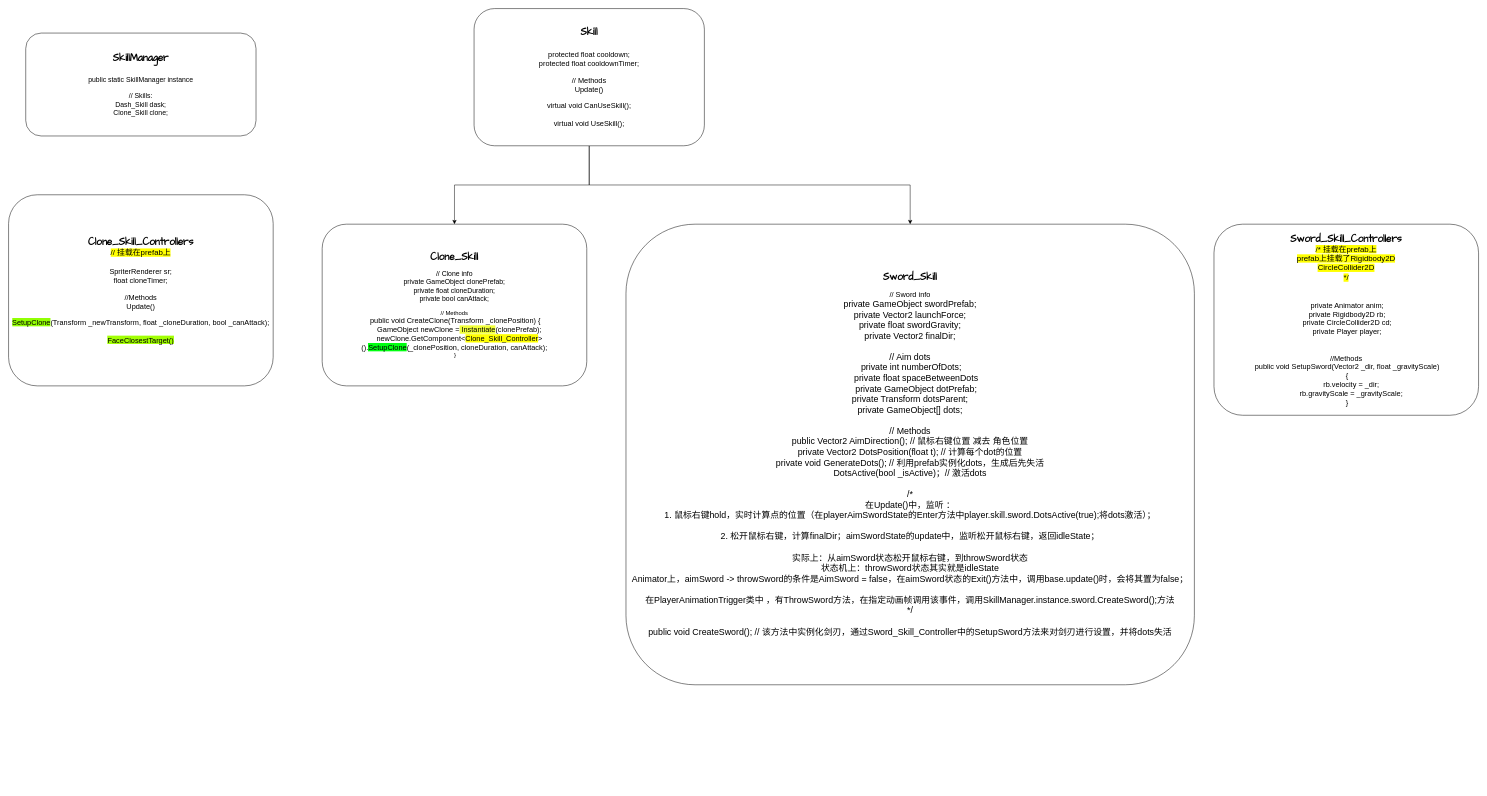
The draw.io diagram all/SkillSystem.drawio in Jormungandr5/iodraw-files, before the edit. Source tidied: cells renumbered, new cells numbered last; positions are measured from the earlier drawing's top-left corner, leaving out a move shared by most shapes. Both pictures are drawn from the tidied source at 49%, with x=0, y=0 at pixel (8, 8).
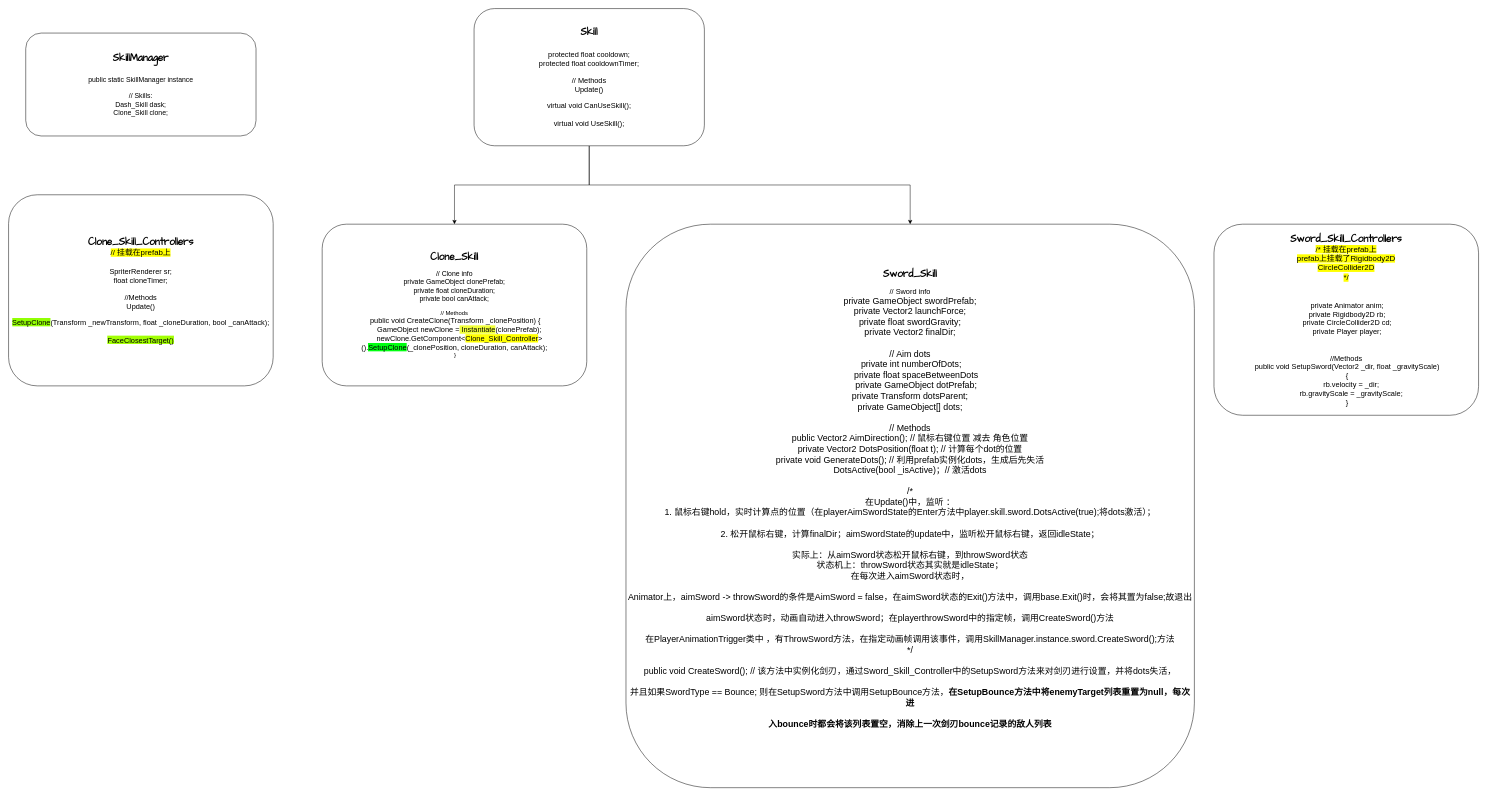
The same page after the edit.

Diff of the diagram source:
```diff
@@
 <mxGraphModel>
   <root>
     <mxCell id="0" />
     <mxCell id="1" parent="0" />
     <mxCell id="2" value="&lt;b&gt;&lt;font face=&quot;Comic Sans MS&quot; style=&quot;font-size: 20px;&quot;&gt;SkillManager&lt;/font&gt;&lt;/b&gt;&lt;div&gt;&lt;font face=&quot;Comic Sans MS&quot;&gt;&lt;span style=&quot;font-size: 20px;&quot;&gt;&lt;b&gt;&lt;br&gt;&lt;/b&gt;&lt;/span&gt;&lt;/font&gt;&lt;div&gt;&lt;font style=&quot;font-size: 14px;&quot;&gt;public static SkillManager instance&lt;/font&gt;&lt;/div&gt;&lt;div&gt;&lt;font style=&quot;font-size: 14px;&quot;&gt;&lt;br&gt;&lt;/font&gt;&lt;/div&gt;&lt;div&gt;&lt;font style=&quot;font-size: 14px;&quot;&gt;// Skills:&lt;/font&gt;&lt;/div&gt;&lt;div&gt;&lt;font style=&quot;font-size: 14px;&quot;&gt;Dash_Skill dask;&lt;/font&gt;&lt;/div&gt;&lt;div&gt;&lt;font style=&quot;font-size: 14px;&quot;&gt;Clone_Skill clone;&lt;/font&gt;&lt;/div&gt;&lt;/div&gt;" style="rounded=1;whiteSpace=wrap;html=1;" parent="1" vertex="1">
       <mxGeometry x="35" y="50" width="470" height="210" as="geometry" />
     </mxCell>
     <mxCell id="3" style="edgeStyle=orthogonalEdgeStyle;rounded=0;jettySize=auto;html=1;" parent="1" edge="1" source="5" target="6">
       <mxGeometry relative="1" as="geometry" />
     </mxCell>
     <mxCell id="4" style="edgeStyle=orthogonalEdgeStyle;rounded=0;jettySize=auto;html=1;" parent="1" edge="1" source="5" target="8">
       <mxGeometry relative="1" as="geometry" />
     </mxCell>
     <mxCell id="5" value="&lt;font face=&quot;Comic Sans MS&quot;&gt;&lt;span style=&quot;font-size: 20px;&quot;&gt;&lt;b&gt;Skill&lt;/b&gt;&lt;/span&gt;&lt;/font&gt;&lt;div&gt;&lt;font face=&quot;Comic Sans MS&quot;&gt;&lt;span style=&quot;font-size: 20px;&quot;&gt;&lt;b&gt;&lt;br&gt;&lt;/b&gt;&lt;/span&gt;&lt;/font&gt;&lt;div&gt;&lt;font style=&quot;font-size: 15px;&quot;&gt;protected float cooldown;&lt;/font&gt;&lt;/div&gt;&lt;div&gt;&lt;font style=&quot;font-size: 15px;&quot;&gt;protected float cooldownTimer;&lt;/font&gt;&lt;/div&gt;&lt;div&gt;&lt;font style=&quot;font-size: 15px;&quot;&gt;&lt;br&gt;&lt;/font&gt;&lt;/div&gt;&lt;div&gt;&lt;span style=&quot;font-size: 15px;&quot;&gt;// Methods&lt;/span&gt;&lt;/div&gt;&lt;div&gt;&lt;span style=&quot;font-size: 15px;&quot;&gt;Update()&lt;/span&gt;&lt;/div&gt;&lt;div&gt;&lt;br&gt;&lt;/div&gt;&lt;div&gt;&lt;font style=&quot;font-size: 15px;&quot;&gt;virtual void CanUseSkill();&lt;/font&gt;&lt;/div&gt;&lt;div&gt;&lt;span style=&quot;font-size: 15px;&quot;&gt;&lt;br&gt;&lt;/span&gt;&lt;/div&gt;&lt;div&gt;&lt;span style=&quot;font-size: 15px;&quot;&gt;virtual void UseSkill();&lt;/span&gt;&lt;/div&gt;&lt;/div&gt;" style="rounded=1;whiteSpace=wrap;html=1;" parent="1" vertex="1">
       <mxGeometry x="950" width="470" height="280" as="geometry" />
     </mxCell>
     <mxCell id="6" value="&lt;font face=&quot;Comic Sans MS&quot; style=&quot;font-size: 20px;&quot;&gt;&lt;b&gt;Clone_Skill&lt;/b&gt;&lt;/font&gt;&lt;div&gt;&lt;br&gt;&lt;/div&gt;&lt;div&gt;&lt;font style=&quot;font-size: 14px;&quot;&gt;// Clone info&lt;/font&gt;&lt;/div&gt;&lt;div&gt;&lt;font style=&quot;font-size: 14px;&quot;&gt;private GameObject clonePrefab;&lt;/font&gt;&lt;/div&gt;&lt;div&gt;&lt;font style=&quot;font-size: 14px;&quot;&gt;private float cloneDuration;&lt;/font&gt;&lt;/div&gt;&lt;div&gt;&lt;font style=&quot;font-size: 14px;&quot;&gt;private bool canAttack;&lt;/font&gt;&lt;/div&gt;&lt;div&gt;&lt;br&gt;&lt;/div&gt;&lt;div&gt;// Methods&lt;/div&gt;&lt;div&gt;&lt;div&gt;&lt;font style=&quot;font-size: 15px;&quot;&gt;&amp;nbsp;public void CreateClone(Transform _clonePosition)&lt;span style=&quot;background-color: transparent; color: light-dark(rgb(0, 0, 0), rgb(255, 255, 255));&quot;&gt;&amp;nbsp;{&lt;/span&gt;&lt;/font&gt;&lt;/div&gt;&lt;div&gt;&lt;font style=&quot;font-size: 15px;&quot;&gt;&amp;nbsp; &amp;nbsp; &amp;nbsp;GameObject newClone =&lt;span style=&quot;background-color: rgb(241, 255, 57);&quot;&gt; Instantiate&lt;/span&gt;(clonePrefab);&lt;/font&gt;&lt;/div&gt;&lt;div&gt;&lt;font style=&quot;font-size: 15px;&quot;&gt;&amp;nbsp; &amp;nbsp; &amp;nbsp;newClone.GetComponent&amp;lt;&lt;span style=&quot;background-color: rgb(255, 255, 0);&quot;&gt;Clone_Skill_Controller&lt;/span&gt;&amp;gt;().&lt;span style=&quot;background-color: rgb(1, 255, 18);&quot;&gt;SetupClone&lt;/span&gt;(_clonePosition, cloneDuration, canAttack);&lt;/font&gt;&lt;/div&gt;&lt;div&gt;&amp;nbsp;}&lt;/div&gt;&lt;/div&gt;" style="whiteSpace=wrap;html=1;rounded=1;" parent="1" vertex="1">
       <mxGeometry x="640" y="440" width="540" height="330" as="geometry" />
     </mxCell>
     <mxCell id="7" value="&lt;font face=&quot;Comic Sans MS&quot; style=&quot;font-size: 20px;&quot;&gt;&lt;b&gt;Clone_Skill_Controllers&lt;/b&gt;&lt;/font&gt;&lt;div&gt;&lt;font style=&quot;font-size: 16px; background-color: light-dark(rgb(255, 255, 0), rgb(237, 237, 237));&quot;&gt;// 挂载在prefab上&lt;br&gt;&lt;/font&gt;&lt;/div&gt;&lt;div&gt;&lt;font style=&quot;font-size: 16px; background-color: light-dark(rgb(255, 255, 0), rgb(237, 237, 237));&quot;&gt;&lt;br&gt;&lt;/font&gt;&lt;/div&gt;&lt;div&gt;&lt;span style=&quot;background-color: transparent; color: light-dark(rgb(0, 0, 0), rgb(255, 255, 255));&quot;&gt;&lt;font style=&quot;font-size: 15px;&quot;&gt;SpriterRenderer sr;&lt;/font&gt;&lt;/span&gt;&lt;/div&gt;&lt;div&gt;&lt;span style=&quot;background-color: transparent; color: light-dark(rgb(0, 0, 0), rgb(255, 255, 255));&quot;&gt;&lt;font style=&quot;font-size: 15px;&quot;&gt;float cloneTimer;&lt;/font&gt;&lt;/span&gt;&lt;/div&gt;&lt;div&gt;&lt;span style=&quot;background-color: transparent; color: light-dark(rgb(0, 0, 0), rgb(255, 255, 255));&quot;&gt;&lt;font style=&quot;font-size: 15px;&quot;&gt;&lt;br&gt;&lt;/font&gt;&lt;/span&gt;&lt;/div&gt;&lt;div&gt;&lt;span style=&quot;background-color: transparent; color: light-dark(rgb(0, 0, 0), rgb(255, 255, 255));&quot;&gt;&lt;font style=&quot;font-size: 15px;&quot;&gt;//Methods&lt;/font&gt;&lt;/span&gt;&lt;/div&gt;&lt;div&gt;&lt;span style=&quot;background-color: transparent; color: light-dark(rgb(0, 0, 0), rgb(255, 255, 255));&quot;&gt;&lt;font style=&quot;font-size: 15px;&quot;&gt;Update()&lt;/font&gt;&lt;/span&gt;&lt;/div&gt;&lt;div&gt;&lt;br&gt;&lt;/div&gt;&lt;div&gt;&lt;span style=&quot;color: light-dark(rgb(0, 0, 0), rgb(255, 255, 255));&quot;&gt;&lt;font style=&quot;font-size: 15px;&quot;&gt;&lt;span style=&quot;background-color: rgb(146, 255, 3);&quot;&gt;SetupClone&lt;/span&gt;(Transform _newTransform, float _cloneDuration, bool _canAttack);&lt;/font&gt;&lt;/span&gt;&lt;/div&gt;&lt;div&gt;&lt;span style=&quot;background-color: transparent; font-size: 15px;&quot;&gt;&lt;br&gt;&lt;/span&gt;&lt;/div&gt;&lt;div&gt;&lt;font style=&quot;font-size: 15px; background-color: rgb(162, 255, 3);&quot;&gt;FaceClosestTarget()&lt;/font&gt;&lt;/div&gt;" style="whiteSpace=wrap;html=1;rounded=1;" parent="1" vertex="1">
       <mxGeometry y="380" width="540" height="390" as="geometry" />
     </mxCell>
-    <mxCell id="8" value="&lt;font face=&quot;Comic Sans MS&quot; style=&quot;font-size: 20px;&quot;&gt;&lt;b&gt;Sword_Skill&lt;/b&gt;&lt;/font&gt;&lt;div&gt;&lt;br&gt;&lt;/div&gt;&lt;div&gt;&lt;font style=&quot;font-size: 15px;&quot;&gt;// Sword info&lt;/font&gt;&lt;/div&gt;&lt;div&gt;&lt;font style=&quot;font-size: 18px;&quot;&gt;private GameObject swordPrefab;&lt;/font&gt;&lt;/div&gt;&lt;div&gt;&lt;font style=&quot;font-size: 18px;&quot;&gt;private Vector2 launchForce;&lt;/font&gt;&lt;/div&gt;&lt;div&gt;&lt;font style=&quot;font-size: 18px;&quot;&gt;private float swordGravity;&lt;/font&gt;&lt;/div&gt;&lt;div&gt;&lt;font style=&quot;font-size: 18px;&quot;&gt;private Vector2 finalDir;&lt;/font&gt;&lt;/div&gt;&lt;div&gt;&lt;font style=&quot;font-size: 18px;&quot;&gt;&lt;br&gt;&lt;/font&gt;&lt;/div&gt;&lt;div&gt;&lt;font style=&quot;font-size: 18px;&quot;&gt;// Aim dots&lt;/font&gt;&lt;/div&gt;&lt;div&gt;&lt;div&gt;&lt;font style=&quot;font-size: 18px;&quot;&gt;&lt;font style=&quot;&quot;&gt;&amp;nbsp;&lt;/font&gt;&lt;span style=&quot;background-color: transparent;&quot;&gt;private int numberOfDots;&lt;/span&gt;&lt;/font&gt;&lt;/div&gt;&lt;div&gt;&lt;font style=&quot;font-size: 18px;&quot;&gt;&lt;font style=&quot;&quot;&gt;&amp;nbsp; &amp;nbsp; &amp;nbsp;&lt;/font&gt;&lt;span style=&quot;background-color: transparent;&quot;&gt;private float spaceBetweenDots&lt;/span&gt;&lt;/font&gt;&lt;/div&gt;&lt;div&gt;&lt;font style=&quot;font-size: 18px;&quot;&gt;&amp;nbsp; &amp;nbsp; &amp;nbsp;private GameObject dotPrefab;&lt;br&gt;&lt;/font&gt;&lt;/div&gt;&lt;/div&gt;&lt;div&gt;&lt;font style=&quot;font-size: 18px;&quot;&gt;private Transform dotsParent;&lt;/font&gt;&lt;/div&gt;&lt;div&gt;&lt;font style=&quot;font-size: 18px;&quot;&gt;private GameObject[] dots;&lt;/font&gt;&lt;/div&gt;&lt;div&gt;&lt;font style=&quot;font-size: 18px;&quot;&gt;&lt;br&gt;&lt;/font&gt;&lt;/div&gt;&lt;div&gt;&lt;font style=&quot;font-size: 18px;&quot;&gt;// Methods&lt;/font&gt;&lt;/div&gt;&lt;div&gt;&lt;font style=&quot;font-size: 18px;&quot;&gt;public Vector2 AimDirection(); // 鼠标右键位置 减去 角色位置&lt;/font&gt;&lt;/div&gt;&lt;div&gt;&lt;font style=&quot;font-size: 18px;&quot;&gt;private Vector2 DotsPosition(float t); // 计算每个dot的位置&lt;/font&gt;&lt;/div&gt;&lt;div&gt;&lt;font style=&quot;font-size: 18px;&quot;&gt;private void GenerateDots(); // 利用prefab实例化dots，生成后先失活&lt;/font&gt;&lt;/div&gt;&lt;div&gt;&lt;font style=&quot;font-size: 18px;&quot;&gt;DotsActive(bool _isActive)；// 激活dots&lt;/font&gt;&lt;/div&gt;&lt;div&gt;&lt;font style=&quot;font-size: 18px;&quot;&gt;&lt;br&gt;&lt;/font&gt;&lt;/div&gt;&lt;div&gt;&lt;font style=&quot;font-size: 18px;&quot;&gt;/*&lt;/font&gt;&lt;/div&gt;&lt;div&gt;&lt;font style=&quot;font-size: 18px;&quot;&gt;在Update()中，监听 ：&lt;/font&gt;&lt;/div&gt;&lt;div&gt;&lt;font style=&quot;font-size: 18px;&quot;&gt;1. 鼠标右键hold，实时计算点的位置（在playerAimSwordState的Enter方法中&lt;span style=&quot;background-color: transparent;&quot;&gt;player.skill.sword.DotsActive(true);将dots激活&lt;/span&gt;&lt;span style=&quot;background-color: transparent; color: light-dark(rgb(0, 0, 0), rgb(255, 255, 255));&quot;&gt;）；&lt;/span&gt;&lt;/font&gt;&lt;/div&gt;&lt;div&gt;&lt;span style=&quot;background-color: transparent; color: light-dark(rgb(0, 0, 0), rgb(255, 255, 255));&quot;&gt;&lt;font style=&quot;font-size: 18px;&quot;&gt;&lt;br&gt;&lt;/font&gt;&lt;/span&gt;&lt;/div&gt;&lt;div&gt;&lt;span style=&quot;background-color: transparent; color: light-dark(rgb(0, 0, 0), rgb(255, 255, 255));&quot;&gt;&lt;font style=&quot;font-size: 18px;&quot;&gt;2. 松开鼠标右键，计算finalDir；aimSwordState的update中，监听松开鼠标右键，返回idleState；&lt;/font&gt;&lt;/span&gt;&lt;/div&gt;&lt;div&gt;&lt;span style=&quot;background-color: transparent; color: light-dark(rgb(0, 0, 0), rgb(255, 255, 255));&quot;&gt;&lt;font style=&quot;font-size: 18px;&quot;&gt;&lt;br&gt;&lt;/font&gt;&lt;/span&gt;&lt;/div&gt;&lt;div&gt;&lt;span style=&quot;background-color: transparent; color: light-dark(rgb(0, 0, 0), rgb(255, 255, 255));&quot;&gt;&lt;font style=&quot;font-size: 18px;&quot;&gt;实际上：从aimSword状态松开鼠标右键，到throwSword状态&lt;/font&gt;&lt;/span&gt;&lt;/div&gt;&lt;div&gt;&lt;span style=&quot;background-color: transparent; color: light-dark(rgb(0, 0, 0), rgb(255, 255, 255));&quot;&gt;&lt;font style=&quot;font-size: 18px;&quot;&gt;状态机上：throwSword状态其实就是idleState&lt;/font&gt;&lt;/span&gt;&lt;/div&gt;&lt;div&gt;&lt;font style=&quot;font-size: 18px;&quot;&gt;Animator上，aimSword -&amp;gt; throwSword的条件是AimSword = false，在aimSword状态的Exit()方法中，调用base.update()时，会将其置为false；&lt;/font&gt;&lt;/div&gt;&lt;div&gt;&lt;font style=&quot;font-size: 18px;&quot;&gt;&lt;br&gt;&lt;/font&gt;&lt;/div&gt;&lt;div&gt;&lt;font style=&quot;font-size: 18px;&quot;&gt;在PlayerAnimationTrigger类中 ，有ThrowSword方法，在指定动画帧调用该事件，调用&lt;span style=&quot;background-color: transparent;&quot;&gt;SkillManager.instance.sword.CreateSword();方法&lt;/span&gt;&lt;/font&gt;&lt;/div&gt;&lt;div&gt;&lt;font style=&quot;font-size: 18px;&quot;&gt;*/&lt;/font&gt;&lt;/div&gt;&lt;div&gt;&lt;font style=&quot;font-size: 18px;&quot;&gt;&lt;br&gt;&lt;/font&gt;&lt;/div&gt;&lt;div&gt;&lt;font style=&quot;font-size: 18px;&quot;&gt;public void CreateSword(); // 该方法中实例化剑刃，通过&lt;span style=&quot;background-color: transparent;&quot;&gt;Sword_Skill_Controller中的SetupSword方法来对剑刃进行设置，并将dots失活&lt;/span&gt;&lt;/font&gt;&lt;/div&gt;" style="whiteSpace=wrap;html=1;rounded=1;" parent="1" vertex="1">
-      <mxGeometry x="1260" y="440" width="1160" height="940" as="geometry" />
+    <mxCell id="8" value="&lt;font face=&quot;Comic Sans MS&quot; style=&quot;font-size: 20px;&quot;&gt;&lt;b&gt;Sword_Skill&lt;/b&gt;&lt;/font&gt;&lt;div&gt;&lt;br&gt;&lt;/div&gt;&lt;div&gt;&lt;font style=&quot;font-size: 15px;&quot;&gt;// Sword info&lt;/font&gt;&lt;/div&gt;&lt;div&gt;&lt;font style=&quot;font-size: 18px;&quot;&gt;private GameObject swordPrefab;&lt;/font&gt;&lt;/div&gt;&lt;div&gt;&lt;font style=&quot;font-size: 18px;&quot;&gt;private Vector2 launchForce;&lt;/font&gt;&lt;/div&gt;&lt;div&gt;&lt;font style=&quot;font-size: 18px;&quot;&gt;private float swordGravity;&lt;/font&gt;&lt;/div&gt;&lt;div&gt;&lt;font style=&quot;font-size: 18px;&quot;&gt;private Vector2 finalDir;&lt;/font&gt;&lt;/div&gt;&lt;div&gt;&lt;font style=&quot;font-size: 18px;&quot;&gt;&lt;br&gt;&lt;/font&gt;&lt;/div&gt;&lt;div&gt;&lt;font style=&quot;font-size: 18px;&quot;&gt;// Aim dots&lt;/font&gt;&lt;/div&gt;&lt;div&gt;&lt;div&gt;&lt;font style=&quot;font-size: 18px;&quot;&gt;&lt;font style=&quot;&quot;&gt;&amp;nbsp;&lt;/font&gt;&lt;span style=&quot;background-color: transparent;&quot;&gt;private int numberOfDots;&lt;/span&gt;&lt;/font&gt;&lt;/div&gt;&lt;div&gt;&lt;font style=&quot;font-size: 18px;&quot;&gt;&lt;font style=&quot;&quot;&gt;&amp;nbsp; &amp;nbsp; &amp;nbsp;&lt;/font&gt;&lt;span style=&quot;background-color: transparent;&quot;&gt;private float spaceBetweenDots&lt;/span&gt;&lt;/font&gt;&lt;/div&gt;&lt;div&gt;&lt;font style=&quot;font-size: 18px;&quot;&gt;&amp;nbsp; &amp;nbsp; &amp;nbsp;private GameObject dotPrefab;&lt;br&gt;&lt;/font&gt;&lt;/div&gt;&lt;/div&gt;&lt;div&gt;&lt;font style=&quot;font-size: 18px;&quot;&gt;private Transform dotsParent;&lt;/font&gt;&lt;/div&gt;&lt;div&gt;&lt;font style=&quot;font-size: 18px;&quot;&gt;private GameObject[] dots;&lt;/font&gt;&lt;/div&gt;&lt;div&gt;&lt;font style=&quot;font-size: 18px;&quot;&gt;&lt;br&gt;&lt;/font&gt;&lt;/div&gt;&lt;div&gt;&lt;font style=&quot;font-size: 18px;&quot;&gt;// Methods&lt;/font&gt;&lt;/div&gt;&lt;div&gt;&lt;font style=&quot;font-size: 18px;&quot;&gt;public Vector2 AimDirection(); // 鼠标右键位置 减去 角色位置&lt;/font&gt;&lt;/div&gt;&lt;div&gt;&lt;font style=&quot;font-size: 18px;&quot;&gt;private Vector2 DotsPosition(float t); // 计算每个dot的位置&lt;/font&gt;&lt;/div&gt;&lt;div&gt;&lt;font style=&quot;font-size: 18px;&quot;&gt;private void GenerateDots(); // 利用prefab实例化dots，生成后先失活&lt;/font&gt;&lt;/div&gt;&lt;div&gt;&lt;font style=&quot;font-size: 18px;&quot;&gt;DotsActive(bool _isActive)；// 激活dots&lt;/font&gt;&lt;/div&gt;&lt;div&gt;&lt;font style=&quot;font-size: 18px;&quot;&gt;&lt;br&gt;&lt;/font&gt;&lt;/div&gt;&lt;div&gt;&lt;font style=&quot;font-size: 18px;&quot;&gt;/*&lt;/font&gt;&lt;/div&gt;&lt;div&gt;&lt;font style=&quot;font-size: 18px;&quot;&gt;在Update()中，监听 ：&lt;/font&gt;&lt;/div&gt;&lt;div&gt;&lt;font style=&quot;font-size: 18px;&quot;&gt;1. 鼠标右键hold，实时计算点的位置（在playerAimSwordState的Enter方法中&lt;span style=&quot;background-color: transparent;&quot;&gt;player.skill.sword.DotsActive(true);将dots激活&lt;/span&gt;&lt;span style=&quot;background-color: transparent; color: light-dark(rgb(0, 0, 0), rgb(255, 255, 255));&quot;&gt;）；&lt;/span&gt;&lt;/font&gt;&lt;/div&gt;&lt;div&gt;&lt;span style=&quot;background-color: transparent; color: light-dark(rgb(0, 0, 0), rgb(255, 255, 255));&quot;&gt;&lt;font style=&quot;font-size: 18px;&quot;&gt;&lt;br&gt;&lt;/font&gt;&lt;/span&gt;&lt;/div&gt;&lt;div&gt;&lt;span style=&quot;background-color: transparent; color: light-dark(rgb(0, 0, 0), rgb(255, 255, 255));&quot;&gt;&lt;font style=&quot;font-size: 18px;&quot;&gt;2. 松开鼠标右键，计算finalDir；aimSwordState的update中，监听松开鼠标右键，返回idleState；&lt;/font&gt;&lt;/span&gt;&lt;/div&gt;&lt;div&gt;&lt;span style=&quot;background-color: transparent; color: light-dark(rgb(0, 0, 0), rgb(255, 255, 255));&quot;&gt;&lt;font style=&quot;font-size: 18px;&quot;&gt;&lt;br&gt;&lt;/font&gt;&lt;/span&gt;&lt;/div&gt;&lt;div&gt;&lt;span style=&quot;background-color: transparent; color: light-dark(rgb(0, 0, 0), rgb(255, 255, 255));&quot;&gt;&lt;font style=&quot;font-size: 18px;&quot;&gt;实际上：从aimSword状态松开鼠标右键，到throwSword状态&lt;/font&gt;&lt;/span&gt;&lt;/div&gt;&lt;div&gt;&lt;span style=&quot;background-color: transparent; color: light-dark(rgb(0, 0, 0), rgb(255, 255, 255));&quot;&gt;&lt;font style=&quot;font-size: 18px;&quot;&gt;状态机上：throwSword状态其实就是idleState；&lt;/font&gt;&lt;/span&gt;&lt;/div&gt;&lt;div&gt;&lt;span style=&quot;background-color: transparent; color: light-dark(rgb(0, 0, 0), rgb(255, 255, 255));&quot;&gt;&lt;font style=&quot;font-size: 18px;&quot;&gt;在每次进入aimSword状态时，&lt;/font&gt;&lt;/span&gt;&lt;/div&gt;&lt;div&gt;&lt;span style=&quot;background-color: transparent; color: light-dark(rgb(0, 0, 0), rgb(255, 255, 255));&quot;&gt;&lt;font style=&quot;font-size: 18px;&quot;&gt;&lt;br&gt;&lt;/font&gt;&lt;/span&gt;&lt;/div&gt;&lt;div&gt;&lt;font style=&quot;font-size: 18px;&quot;&gt;Animator上，aimSword -&amp;gt; throwSword的条件是AimSword = false，在aimSword状态的Exit()方法中，调用base.Exit()时，会将其置为false;故退出&lt;/font&gt;&lt;/div&gt;&lt;div&gt;&lt;font style=&quot;font-size: 18px;&quot;&gt;&lt;br&gt;&lt;/font&gt;&lt;/div&gt;&lt;div&gt;&lt;font style=&quot;font-size: 18px;&quot;&gt;aimSword状态时，动画自动进入throwSword；在playerthrowSword中的指定帧，调用CreateSword()方法&lt;/font&gt;&lt;/div&gt;&lt;div&gt;&lt;font style=&quot;font-size: 18px;&quot;&gt;&lt;br&gt;&lt;/font&gt;&lt;/div&gt;&lt;div&gt;&lt;font style=&quot;font-size: 18px;&quot;&gt;在PlayerAnimationTrigger类中 ，有ThrowSword方法，在指定动画帧调用该事件，调用&lt;span style=&quot;background-color: transparent;&quot;&gt;SkillManager.instance.sword.CreateSword();方法&lt;/span&gt;&lt;/font&gt;&lt;/div&gt;&lt;div&gt;&lt;font style=&quot;font-size: 18px;&quot;&gt;*/&lt;/font&gt;&lt;/div&gt;&lt;div&gt;&lt;font style=&quot;font-size: 18px;&quot;&gt;&lt;br&gt;&lt;/font&gt;&lt;/div&gt;&lt;div&gt;&lt;font style=&quot;font-size: 18px;&quot;&gt;public void CreateSword(); // 该方法中实例化剑刃，通过&lt;span style=&quot;background-color: transparent;&quot;&gt;Sword_Skill_Controller中的SetupSword方法来对剑刃进行设置，并将dots失活，&lt;/span&gt;&lt;/font&gt;&lt;/div&gt;&lt;div&gt;&lt;font style=&quot;font-size: 18px;&quot;&gt;&lt;span style=&quot;background-color: transparent;&quot;&gt;&lt;br&gt;&lt;/span&gt;&lt;/font&gt;&lt;/div&gt;&lt;div&gt;&lt;font style=&quot;font-size: 18px;&quot;&gt;&lt;span style=&quot;background-color: transparent;&quot;&gt;并且如果SwordType == Bounce; 则在SetupSword方法中调用SetupBounce方法，&lt;b&gt;在SetupBounce方法中将enemyTarget列表重置为null，每次进&lt;/b&gt;&lt;/span&gt;&lt;/font&gt;&lt;/div&gt;&lt;div&gt;&lt;font style=&quot;font-size: 18px;&quot;&gt;&lt;span style=&quot;background-color: transparent;&quot;&gt;&lt;b&gt;&lt;br&gt;&lt;/b&gt;&lt;/span&gt;&lt;/font&gt;&lt;/div&gt;&lt;div&gt;&lt;font style=&quot;font-size: 18px;&quot;&gt;&lt;span style=&quot;background-color: transparent;&quot;&gt;&lt;b&gt;入bounce时都会将该列表置空，消除上一次剑刃bounce记录的敌人列表&lt;/b&gt;&lt;/span&gt;&lt;/font&gt;&lt;/div&gt;&lt;div&gt;&lt;br&gt;&lt;/div&gt;&lt;div&gt;&lt;br&gt;&lt;/div&gt;" style="whiteSpace=wrap;html=1;rounded=1;" parent="1" vertex="1">
+      <mxGeometry x="1260" y="440" width="1160" height="1150" as="geometry" />
     </mxCell>
     <mxCell id="9" value="&lt;font face=&quot;Comic Sans MS&quot; style=&quot;font-size: 20px;&quot;&gt;&lt;b&gt;Sword_Skill_Controllers&lt;/b&gt;&lt;/font&gt;&lt;div&gt;&lt;font style=&quot;font-size: 16px; background-color: light-dark(rgb(255, 255, 0), rgb(237, 237, 237));&quot;&gt;/* 挂载在prefab上&lt;br&gt;&lt;/font&gt;&lt;/div&gt;&lt;div&gt;&lt;font style=&quot;font-size: 16px; background-color: light-dark(rgb(255, 255, 0), rgb(237, 237, 237));&quot;&gt;prefab上挂载了Rigidbody2D&lt;/font&gt;&lt;/div&gt;&lt;div&gt;&lt;span style=&quot;font-size: 16px; background-color: rgb(255, 255, 0);&quot;&gt;CircleCollider2D&lt;/span&gt;&lt;/div&gt;&lt;div&gt;&lt;font style=&quot;font-size: 16px; background-color: light-dark(rgb(255, 255, 0), rgb(237, 237, 237));&quot;&gt;*/&lt;/font&gt;&lt;/div&gt;&lt;div&gt;&lt;font style=&quot;font-size: 16px; background-color: light-dark(rgb(255, 255, 0), rgb(237, 237, 237));&quot;&gt;&lt;br&gt;&lt;/font&gt;&lt;/div&gt;&lt;div&gt;&lt;font style=&quot;font-size: 16px; background-color: light-dark(rgb(255, 255, 0), rgb(237, 237, 237));&quot;&gt;&lt;br&gt;&lt;/font&gt;&lt;/div&gt;&lt;div&gt;&lt;div&gt;&lt;span style=&quot;font-size: 15px;&quot;&gt;&amp;nbsp;private Animator anim;&lt;/span&gt;&lt;/div&gt;&lt;div&gt;&lt;span style=&quot;font-size: 15px;&quot;&gt;&amp;nbsp;private Rigidbody2D rb;&lt;/span&gt;&lt;/div&gt;&lt;div&gt;&lt;span style=&quot;font-size: 15px;&quot;&gt;&amp;nbsp;private CircleCollider2D cd;&lt;/span&gt;&lt;/div&gt;&lt;div&gt;&lt;span style=&quot;font-size: 15px;&quot;&gt;&amp;nbsp;private Player player;&lt;/span&gt;&lt;/div&gt;&lt;/div&gt;&lt;div&gt;&lt;span style=&quot;font-size: 15px;&quot;&gt;&lt;br&gt;&lt;/span&gt;&lt;/div&gt;&lt;div&gt;&lt;span style=&quot;font-size: 15px;&quot;&gt;&lt;br&gt;&lt;/span&gt;&lt;/div&gt;&lt;div&gt;&lt;span style=&quot;background-color: transparent; color: light-dark(rgb(0, 0, 0), rgb(255, 255, 255));&quot;&gt;&lt;font style=&quot;font-size: 15px;&quot;&gt;//Methods&lt;/font&gt;&lt;/span&gt;&lt;/div&gt;&lt;div&gt;&lt;div&gt;&lt;span style=&quot;font-size: 15px;&quot;&gt;&amp;nbsp;public void SetupSword(Vector2 _dir, float _gravityScale)&lt;/span&gt;&lt;/div&gt;&lt;div&gt;&lt;span style=&quot;font-size: 15px;&quot;&gt;&amp;nbsp;{&lt;/span&gt;&lt;/div&gt;&lt;div&gt;&lt;span style=&quot;font-size: 15px;&quot;&gt;&amp;nbsp; &amp;nbsp; &amp;nbsp;rb.velocity = _dir;&lt;/span&gt;&lt;/div&gt;&lt;div&gt;&lt;span style=&quot;font-size: 15px;&quot;&gt;&amp;nbsp; &amp;nbsp; &amp;nbsp;rb.gravityScale = _gravityScale;&lt;/span&gt;&lt;/div&gt;&lt;div&gt;&lt;span style=&quot;font-size: 15px;&quot;&gt;&amp;nbsp;}&lt;/span&gt;&lt;/div&gt;&lt;/div&gt;" style="whiteSpace=wrap;html=1;rounded=1;" parent="1" vertex="1">
       <mxGeometry x="2460" y="440" width="540" height="390" as="geometry" />
     </mxCell>
   </root>
 </mxGraphModel>
```
